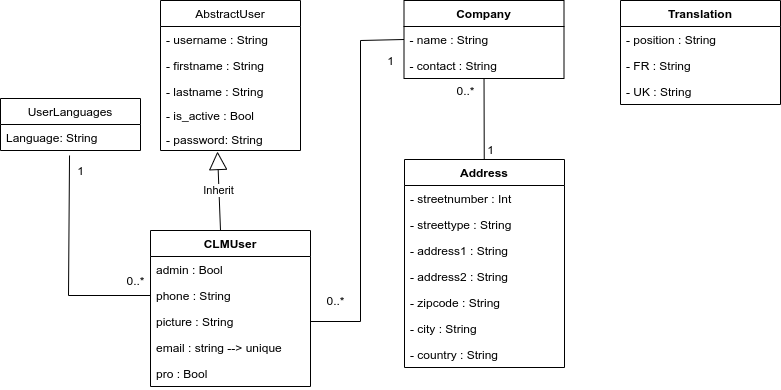
The draw.io diagram Livrables/Diagramm Class.png in jmlm74/P13-CheckListMgr, before a commit. Source tidied: cells renumbered, new cells last; positions are measured from the earlier drawing's top-left corner, leaving out a move shared by most shapes.
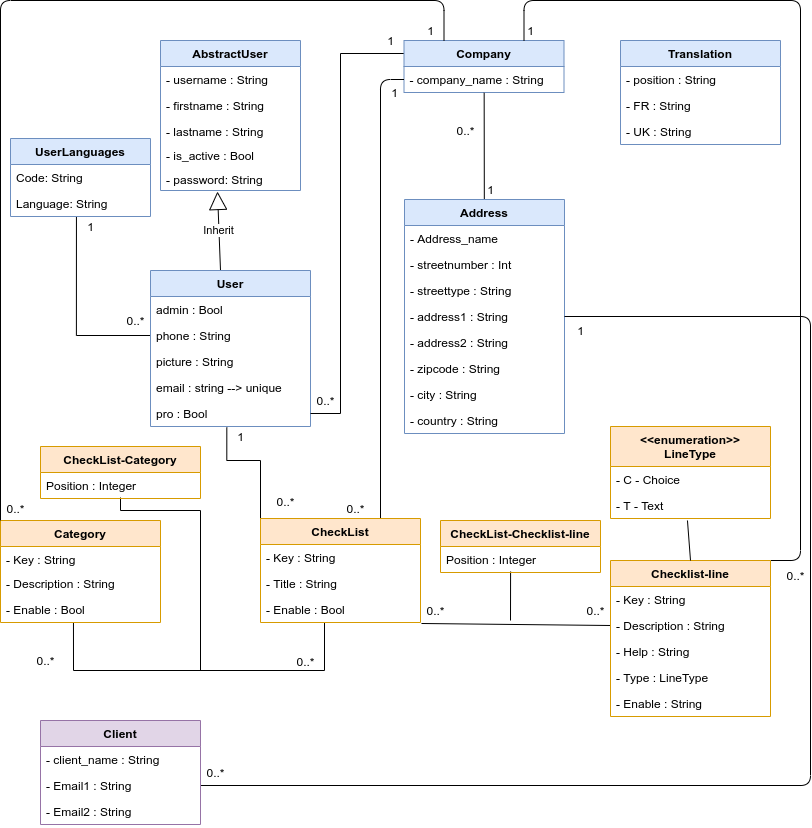
The same file after the commit.

Diff of the diagram source:
```diff
@@ -9,3 +9,3 @@
     </mxCell>
-    <mxCell id="3" value="AbstractUser" style="swimlane;fontStyle=0;horizontal=1;startSize=26;fillColor=none;" parent="1" vertex="1">
+    <mxCell id="3" value="AbstractUser" style="swimlane;fontStyle=1;horizontal=1;startSize=26;fillColor=#dae8fc;strokeColor=#6c8ebf;" parent="1" vertex="1">
       <mxGeometry x="160" width="140" height="150" as="geometry" />
@@ -27,12 +27,6 @@
     </mxCell>
-    <mxCell id="9" value="UserLanguages" style="swimlane;fontStyle=0;horizontal=1;startSize=26;fillColor=none;" parent="1" vertex="1">
-      <mxGeometry y="98" width="140" height="52" as="geometry" />
-    </mxCell>
-    <mxCell id="10" value="Language: String" style="text;strokeColor=none;fillColor=none;align=left;verticalAlign=top;spacingLeft=4;spacingRight=4;overflow=hidden;points=[[0,0.5],[1,0.5]];portConstraint=eastwest;" parent="9" vertex="1">
-      <mxGeometry y="26" width="140" height="26" as="geometry" />
-    </mxCell>
-    <mxCell id="11" style="endArrow=none;html=1;exitX=0;exitY=0.5;exitDx=0;exitDy=0;entryX=0.493;entryY=1.192;entryDx=0;entryDy=0;entryPerimeter=0;edgeStyle=orthogonalEdgeStyle;rounded=0;" parent="1" edge="1" source="16" target="10">
+    <mxCell id="11" style="endArrow=none;html=1;exitX=0;exitY=0.5;exitDx=0;exitDy=0;edgeStyle=orthogonalEdgeStyle;rounded=0;entryX=0.471;entryY=1;entryDx=0;entryDy=0;entryPerimeter=0;" parent="1" edge="1" source="16" target="10">
       <mxGeometry relative="1" as="geometry">
         <Array as="points">
-          <mxPoint x="68" y="295" />
+          <mxPoint x="76" y="295" />
         </Array>
@@ -44,5 +38,5 @@
     <mxCell id="13" value="1" style="text;html=1;align=center;verticalAlign=middle;" parent="1" vertex="1">
-      <mxGeometry x="70" y="160" width="20" height="20" as="geometry" />
+      <mxGeometry x="80" y="176" width="20" height="20" as="geometry" />
     </mxCell>
-    <mxCell id="14" value="CLMUser" style="swimlane;fontStyle=1;align=center;verticalAlign=top;horizontal=1;startSize=26;" parent="1" vertex="1">
+    <mxCell id="14" value="User" style="swimlane;fontStyle=1;align=center;verticalAlign=top;horizontal=1;startSize=26;fillColor=#dae8fc;strokeColor=#6c8ebf;" parent="1" vertex="1">
       <mxGeometry x="150" y="230" width="160" height="156" as="geometry" />
@@ -64,7 +58,7 @@
     </mxCell>
-    <mxCell id="20" style="endArrow=none;html=1;exitX=1;exitY=0.5;exitDx=0;exitDy=0;entryX=0;entryY=0.5;entryDx=0;entryDy=0;edgeStyle=orthogonalEdgeStyle;rounded=0;" parent="1" edge="1" source="19" target="24">
+    <mxCell id="20" style="endArrow=none;html=1;exitX=1;exitY=0.5;exitDx=0;exitDy=0;entryX=0;entryY=0.25;entryDx=0;entryDy=0;edgeStyle=orthogonalEdgeStyle;rounded=0;" parent="1" edge="1" source="19" target="23">
       <mxGeometry relative="1" as="geometry">
         <Array as="points">
-          <mxPoint x="360" y="321" />
-          <mxPoint x="360" y="40" />
+          <mxPoint x="340" y="373" />
+          <mxPoint x="340" y="13" />
         </Array>
@@ -73,17 +67,14 @@
     <mxCell id="21" value="0..*" style="text;html=1;align=center;verticalAlign=middle;" parent="1" vertex="1">
-      <mxGeometry x="320" y="290" width="30" height="20" as="geometry" />
+      <mxGeometry x="310" y="350" width="30" height="20" as="geometry" />
     </mxCell>
     <mxCell id="22" value="1" style="text;html=1;align=center;verticalAlign=middle;" parent="1" vertex="1">
-      <mxGeometry x="380" y="50" width="20" height="20" as="geometry" />
+      <mxGeometry x="380" y="-10" width="20" height="20" as="geometry" />
     </mxCell>
-    <mxCell id="23" value="Company" style="swimlane;fontStyle=1;align=center;verticalAlign=top;horizontal=1;startSize=26;" parent="1" vertex="1">
-      <mxGeometry x="403.5" width="160" height="78" as="geometry" />
+    <mxCell id="23" value="Company" style="swimlane;fontStyle=1;align=center;verticalAlign=top;horizontal=1;startSize=26;fillColor=#dae8fc;strokeColor=#6c8ebf;" parent="1" vertex="1">
+      <mxGeometry x="403.5" width="160" height="52" as="geometry" />
     </mxCell>
-    <mxCell id="24" value="- name : String&#10;" style="text;strokeColor=none;fillColor=none;align=left;verticalAlign=top;spacingLeft=4;spacingRight=4;overflow=hidden;points=[[0,0.5],[1,0.5]];portConstraint=eastwest;" parent="23" vertex="1">
+    <mxCell id="24" value="- company_name : String&#10;" style="text;strokeColor=none;fillColor=none;align=left;verticalAlign=top;spacingLeft=4;spacingRight=4;overflow=hidden;points=[[0,0.5],[1,0.5]];portConstraint=eastwest;" parent="23" vertex="1">
       <mxGeometry y="26" width="160" height="26" as="geometry" />
     </mxCell>
-    <mxCell id="25" value="- contact : String" style="text;strokeColor=none;fillColor=none;align=left;verticalAlign=top;spacingLeft=4;spacingRight=4;overflow=hidden;points=[[0,0.5],[1,0.5]];portConstraint=eastwest;" parent="23" vertex="1">
-      <mxGeometry y="52" width="160" height="26" as="geometry" />
-    </mxCell>
-    <mxCell id="26" style="endArrow=none;html=1;" parent="1" edge="1" source="29" target="25">
+    <mxCell id="26" style="endArrow=none;html=1;entryX=0.501;entryY=1.013;entryDx=0;entryDy=0;entryPerimeter=0;" parent="1" edge="1" source="29" target="24">
       <mxGeometry relative="1" as="geometry" />
@@ -96,27 +87,30 @@
     </mxCell>
-    <mxCell id="29" value="Address" style="swimlane;fontStyle=1;align=center;verticalAlign=top;horizontal=1;startSize=26;" parent="1" vertex="1">
-      <mxGeometry x="404" y="159" width="160" height="208" as="geometry" />
+    <mxCell id="29" value="Address" style="swimlane;fontStyle=1;align=center;verticalAlign=top;horizontal=1;startSize=26;fillColor=#dae8fc;strokeColor=#6c8ebf;" parent="1" vertex="1">
+      <mxGeometry x="404" y="159" width="160" height="234" as="geometry" />
     </mxCell>
+    <mxCell id="41" value="- Address_name" style="text;strokeColor=none;fillColor=none;align=left;verticalAlign=top;spacingLeft=4;spacingRight=4;overflow=hidden;" parent="29" vertex="1">
+      <mxGeometry y="26" width="160" height="26" as="geometry" />
+    </mxCell>
     <mxCell id="30" value="- streetnumber : Int&#10;" style="text;strokeColor=none;fillColor=none;align=left;verticalAlign=top;spacingLeft=4;spacingRight=4;overflow=hidden;" parent="29" vertex="1">
-      <mxGeometry y="26" width="160" height="26" as="geometry" />
+      <mxGeometry y="52" width="160" height="26" as="geometry" />
     </mxCell>
     <mxCell id="31" value="- streettype : String" style="text;strokeColor=none;fillColor=none;align=left;verticalAlign=top;spacingLeft=4;spacingRight=4;overflow=hidden;" parent="29" vertex="1">
-      <mxGeometry y="52" width="160" height="26" as="geometry" />
+      <mxGeometry y="78" width="160" height="26" as="geometry" />
     </mxCell>
     <mxCell id="32" value="- address1 : String&#10;" style="text;strokeColor=none;fillColor=none;align=left;verticalAlign=top;spacingLeft=4;spacingRight=4;overflow=hidden;points=[[0,0.5],[1,0.5]];portConstraint=eastwest;" parent="29" vertex="1">
-      <mxGeometry y="78" width="160" height="26" as="geometry" />
+      <mxGeometry y="104" width="160" height="26" as="geometry" />
     </mxCell>
     <mxCell id="33" value="- address2 : String&#10;" style="text;strokeColor=none;fillColor=none;align=left;verticalAlign=top;spacingLeft=4;spacingRight=4;overflow=hidden;" parent="29" vertex="1">
-      <mxGeometry y="104" width="160" height="26" as="geometry" />
+      <mxGeometry y="130" width="160" height="26" as="geometry" />
     </mxCell>
     <mxCell id="34" value="- zipcode : String&#10;" style="text;strokeColor=none;fillColor=none;align=left;verticalAlign=top;spacingLeft=4;spacingRight=4;overflow=hidden;" parent="29" vertex="1">
-      <mxGeometry y="130" width="160" height="26" as="geometry" />
+      <mxGeometry y="156" width="160" height="26" as="geometry" />
     </mxCell>
     <mxCell id="35" value="- city : String&#10;" style="text;strokeColor=none;fillColor=none;align=left;verticalAlign=top;spacingLeft=4;spacingRight=4;overflow=hidden;" parent="29" vertex="1">
-      <mxGeometry y="156" width="160" height="26" as="geometry" />
+      <mxGeometry y="182" width="160" height="26" as="geometry" />
     </mxCell>
     <mxCell id="36" value="- country : String&#10;" style="text;strokeColor=none;fillColor=none;align=left;verticalAlign=top;spacingLeft=4;spacingRight=4;overflow=hidden;" parent="29" vertex="1">
-      <mxGeometry y="182" width="160" height="26" as="geometry" />
+      <mxGeometry y="208" width="160" height="26" as="geometry" />
     </mxCell>
-    <mxCell id="37" value="Translation" style="swimlane;fontStyle=1;align=center;verticalAlign=top;horizontal=1;startSize=26;" parent="1" vertex="1">
+    <mxCell id="37" value="Translation" style="swimlane;fontStyle=1;align=center;verticalAlign=top;horizontal=1;startSize=26;fillColor=#dae8fc;strokeColor=#6c8ebf;" parent="1" vertex="1">
       <mxGeometry x="620" width="160" height="104" as="geometry" />
@@ -132,2 +126,196 @@
     </mxCell>
+    <mxCell id="42" style="endArrow=none;html=1;entryX=1;entryY=0.5;entryDx=0;entryDy=0;exitX=1;exitY=0.5;exitDx=0;exitDy=0;edgeStyle=orthogonalEdgeStyle;" parent="1" edge="1" source="32" target="91">
+      <mxGeometry relative="1" as="geometry">
+        <Array as="points">
+          <mxPoint x="810" y="276" />
+          <mxPoint x="810" y="745" />
+        </Array>
+      </mxGeometry>
+    </mxCell>
+    <mxCell id="43" value="0..*" style="text;html=1;align=center;verticalAlign=middle;" parent="1" vertex="1">
+      <mxGeometry x="200" y="722" width="30" height="20" as="geometry" />
+    </mxCell>
+    <mxCell id="44" value="1" style="text;html=1;align=center;verticalAlign=middle;" parent="1" vertex="1">
+      <mxGeometry x="570" y="280" width="20" height="20" as="geometry" />
+    </mxCell>
+    <mxCell id="45" style="endArrow=none;html=1;exitX=0.477;exitY=1.038;exitDx=0;exitDy=0;exitPerimeter=0;entryX=0.5;entryY=0;entryDx=0;entryDy=0;edgeStyle=orthogonalEdgeStyle;rounded=0;" parent="1" edge="1" source="19" target="73">
+      <mxGeometry relative="1" as="geometry">
+        <Array as="points">
+          <mxPoint x="226" y="420" />
+          <mxPoint x="260" y="420" />
+        </Array>
+      </mxGeometry>
+    </mxCell>
+    <mxCell id="46" value="0..*" style="text;html=1;align=center;verticalAlign=middle;" parent="1" vertex="1">
+      <mxGeometry x="270" y="451" width="30" height="20" as="geometry" />
+    </mxCell>
+    <mxCell id="47" value="1" style="text;html=1;align=center;verticalAlign=middle;" parent="1" vertex="1">
+      <mxGeometry x="230" y="386" width="20" height="20" as="geometry" />
+    </mxCell>
+    <mxCell id="48" style="endArrow=none;html=1;entryX=0;entryY=0.5;entryDx=0;entryDy=0;exitX=1.006;exitY=1.038;exitDx=0;exitDy=0;exitPerimeter=0;" parent="1" edge="1" source="76" target="79">
+      <mxGeometry relative="1" as="geometry" />
+    </mxCell>
+    <mxCell id="49" style="endArrow=none;html=1;exitX=0.463;exitY=1;exitDx=0;exitDy=0;exitPerimeter=0;edgeStyle=orthogonalEdgeStyle;entryX=0.456;entryY=1;entryDx=0;entryDy=0;entryPerimeter=0;rounded=0;" parent="1" edge="1" source="76" target="57">
+      <mxGeometry relative="1" as="geometry">
+        <Array as="points">
+          <mxPoint x="324" y="630" />
+          <mxPoint x="73" y="630" />
+        </Array>
+      </mxGeometry>
+    </mxCell>
+    <mxCell id="50" style="endArrow=none;html=1;exitX=0.5;exitY=0.962;exitDx=0;exitDy=0;exitPerimeter=0;edgeStyle=orthogonalEdgeStyle;rounded=0;" parent="1" edge="1" source="59">
+      <mxGeometry relative="1" as="geometry">
+        <mxPoint x="200" y="630" as="targetPoint" />
+        <Array as="points">
+          <mxPoint x="120" y="470" />
+          <mxPoint x="200" y="470" />
+          <mxPoint x="200" y="630" />
+        </Array>
+      </mxGeometry>
+    </mxCell>
+    <mxCell id="51" style="endArrow=none;html=1;entryX=0.438;entryY=0.962;entryDx=0;entryDy=0;entryPerimeter=0;" parent="1" edge="1" target="84">
+      <mxGeometry relative="1" as="geometry">
+        <mxPoint x="510" y="580" as="sourcePoint" />
+      </mxGeometry>
+    </mxCell>
+    <mxCell id="52" value="0..*" style="text;html=1;align=center;verticalAlign=middle;" parent="1" vertex="1">
+      <mxGeometry x="340" y="490" width="30" height="20" as="geometry" />
+    </mxCell>
+    <mxCell id="53" value="0..*" style="text;html=1;align=center;verticalAlign=middle;" parent="1" vertex="1">
+      <mxGeometry x="30" y="610" width="30" height="20" as="geometry" />
+    </mxCell>
+    <mxCell id="54" value="Category" style="swimlane;fontStyle=1;align=center;verticalAlign=top;horizontal=1;startSize=26;fillColor=#ffe6cc;strokeColor=#d79b00;" parent="1" vertex="1">
+      <mxGeometry y="480" width="160" height="102" as="geometry" />
+    </mxCell>
+    <mxCell id="55" value="- Key : String" style="text;strokeColor=none;fillColor=none;align=left;verticalAlign=top;spacingLeft=4;spacingRight=4;overflow=hidden;" parent="54" vertex="1">
+      <mxGeometry y="26" width="160" height="24" as="geometry" />
+    </mxCell>
+    <mxCell id="56" value="- Description : String" style="text;strokeColor=none;fillColor=none;align=left;verticalAlign=top;spacingLeft=4;spacingRight=4;overflow=hidden;" parent="54" vertex="1">
+      <mxGeometry y="50" width="160" height="26" as="geometry" />
+    </mxCell>
+    <mxCell id="57" value="- Enable : Bool" style="text;strokeColor=none;fillColor=none;align=left;verticalAlign=top;spacingLeft=4;spacingRight=4;overflow=hidden;points=[[0,0.5],[1,0.5]];portConstraint=eastwest;" parent="54" vertex="1">
+      <mxGeometry y="76" width="160" height="26" as="geometry" />
+    </mxCell>
+    <mxCell id="58" value="CheckList-Category" style="swimlane;fontStyle=1;align=center;verticalAlign=top;horizontal=1;startSize=26;fillColor=#ffe6cc;strokeColor=#d79b00;" parent="1" vertex="1">
+      <mxGeometry x="40" y="406" width="160" height="52" as="geometry" />
+    </mxCell>
+    <mxCell id="59" value="Position : Integer" style="text;strokeColor=none;fillColor=none;align=left;verticalAlign=top;spacingLeft=4;spacingRight=4;overflow=hidden;points=[[0,0.5],[1,0.5]];portConstraint=eastwest;" parent="58" vertex="1">
+      <mxGeometry y="26" width="160" height="26" as="geometry" />
+    </mxCell>
+    <mxCell id="60" value="0..*" style="text;html=1;align=center;verticalAlign=middle;" parent="1" vertex="1">
+      <mxGeometry x="420" y="560" width="30" height="20" as="geometry" />
+    </mxCell>
+    <mxCell id="61" value="0..*" style="text;html=1;align=center;verticalAlign=middle;" parent="1" vertex="1">
+      <mxGeometry x="580" y="560" width="30" height="20" as="geometry" />
+    </mxCell>
+    <mxCell id="62" value="0..*" style="text;html=1;align=center;verticalAlign=middle;" parent="1" vertex="1">
+      <mxGeometry x="290" y="611" width="30" height="20" as="geometry" />
+    </mxCell>
+    <mxCell id="63" style="endArrow=none;html=1;entryX=0.25;entryY=0;entryDx=0;entryDy=0;exitX=0;exitY=0;exitDx=0;exitDy=0;edgeStyle=orthogonalEdgeStyle;" parent="1" edge="1" source="54" target="23">
+      <mxGeometry relative="1" as="geometry">
+        <Array as="points">
+          <mxPoint y="-40" />
+          <mxPoint x="444" y="-40" />
+        </Array>
+      </mxGeometry>
+    </mxCell>
+    <mxCell id="9" value="UserLanguages" style="swimlane;fontStyle=1;horizontal=1;startSize=26;fillColor=#dae8fc;strokeColor=#6c8ebf;" parent="1" vertex="1">
+      <mxGeometry x="10" y="98" width="140" height="78" as="geometry" />
+    </mxCell>
+    <mxCell id="64" value="Code: String" style="text;strokeColor=none;fillColor=none;align=left;verticalAlign=top;spacingLeft=4;spacingRight=4;overflow=hidden;" parent="9" vertex="1">
+      <mxGeometry y="26" width="140" height="26" as="geometry" />
+    </mxCell>
+    <mxCell id="10" value="Language: String" style="text;strokeColor=none;fillColor=none;align=left;verticalAlign=top;spacingLeft=4;spacingRight=4;overflow=hidden;points=[[0,0.5],[1,0.5]];portConstraint=eastwest;" parent="9" vertex="1">
+      <mxGeometry y="52" width="140" height="26" as="geometry" />
+    </mxCell>
+    <mxCell id="65" value="0..*" style="text;html=1;align=center;verticalAlign=middle;" parent="1" vertex="1">
+      <mxGeometry y="458" width="30" height="20" as="geometry" />
+    </mxCell>
+    <mxCell id="66" value="1" style="text;html=1;align=center;verticalAlign=middle;" parent="1" vertex="1">
+      <mxGeometry x="420" y="-20" width="20" height="20" as="geometry" />
+    </mxCell>
+    <mxCell id="67" style="endArrow=none;html=1;entryX=0.75;entryY=0;entryDx=0;entryDy=0;exitX=1;exitY=0;exitDx=0;exitDy=0;edgeStyle=orthogonalEdgeStyle;" parent="1" edge="1" source="77" target="23">
+      <mxGeometry relative="1" as="geometry">
+        <Array as="points">
+          <mxPoint x="800" y="520" />
+          <mxPoint x="800" y="-40" />
+          <mxPoint x="524" y="-40" />
+        </Array>
+      </mxGeometry>
+    </mxCell>
+    <mxCell id="68" value="0..*" style="text;html=1;align=center;verticalAlign=middle;" parent="1" vertex="1">
+      <mxGeometry x="780" y="525" width="30" height="20" as="geometry" />
+    </mxCell>
+    <mxCell id="69" value="1" style="text;html=1;align=center;verticalAlign=middle;" parent="1" vertex="1">
+      <mxGeometry x="520" y="-20" width="20" height="20" as="geometry" />
+    </mxCell>
+    <mxCell id="70" style="endArrow=none;html=1;entryX=0;entryY=0.5;entryDx=0;entryDy=0;exitX=0.75;exitY=0;exitDx=0;exitDy=0;edgeStyle=orthogonalEdgeStyle;" parent="1" edge="1" source="73" target="24">
+      <mxGeometry relative="1" as="geometry" />
+    </mxCell>
+    <mxCell id="71" value="0..*" style="text;html=1;align=center;verticalAlign=middle;" parent="1" vertex="1">
+      <mxGeometry x="340" y="458" width="30" height="20" as="geometry" />
+    </mxCell>
+    <mxCell id="72" value="1" style="text;html=1;align=center;verticalAlign=middle;" parent="1" vertex="1">
+      <mxGeometry x="384" y="42" width="20" height="20" as="geometry" />
+    </mxCell>
+    <mxCell id="73" value="CheckList&#10;" style="swimlane;fontStyle=1;align=center;verticalAlign=top;horizontal=1;startSize=26;fillColor=#ffe6cc;strokeColor=#d79b00;" parent="1" vertex="1">
+      <mxGeometry x="260" y="478" width="160" height="104" as="geometry" />
+    </mxCell>
+    <mxCell id="74" value="- Key : String" style="text;strokeColor=none;fillColor=none;align=left;verticalAlign=top;spacingLeft=4;spacingRight=4;overflow=hidden;" parent="73" vertex="1">
+      <mxGeometry y="26" width="160" height="26" as="geometry" />
+    </mxCell>
+    <mxCell id="75" value="- Title : String" style="text;strokeColor=none;fillColor=none;align=left;verticalAlign=top;spacingLeft=4;spacingRight=4;overflow=hidden;" parent="73" vertex="1">
+      <mxGeometry y="52" width="160" height="26" as="geometry" />
+    </mxCell>
+    <mxCell id="76" value="- Enable : Bool" style="text;strokeColor=none;fillColor=none;align=left;verticalAlign=top;spacingLeft=4;spacingRight=4;overflow=hidden;points=[[0,0.5],[1,0.5]];portConstraint=eastwest;" parent="73" vertex="1">
+      <mxGeometry y="78" width="160" height="26" as="geometry" />
+    </mxCell>
+    <mxCell id="77" value="Checklist-line" style="swimlane;fontStyle=1;align=center;verticalAlign=top;horizontal=1;startSize=26;fillColor=#ffe6cc;strokeColor=#d79b00;" parent="1" vertex="1">
+      <mxGeometry x="610" y="520" width="160" height="156" as="geometry" />
+    </mxCell>
+    <mxCell id="78" value="- Key : String" style="text;strokeColor=none;fillColor=none;align=left;verticalAlign=top;spacingLeft=4;spacingRight=4;overflow=hidden;" parent="77" vertex="1">
+      <mxGeometry y="26" width="160" height="26" as="geometry" />
+    </mxCell>
+    <mxCell id="79" value="- Description : String" style="text;strokeColor=none;fillColor=none;align=left;verticalAlign=top;spacingLeft=4;spacingRight=4;overflow=hidden;points=[[0,0.5],[1,0.5]];portConstraint=eastwest;" parent="77" vertex="1">
+      <mxGeometry y="52" width="160" height="26" as="geometry" />
+    </mxCell>
+    <mxCell id="80" value="- Help : String" style="text;strokeColor=none;fillColor=none;align=left;verticalAlign=top;spacingLeft=4;spacingRight=4;overflow=hidden;" parent="77" vertex="1">
+      <mxGeometry y="78" width="160" height="26" as="geometry" />
+    </mxCell>
+    <mxCell id="81" value="- Type : LineType" style="text;strokeColor=none;fillColor=none;align=left;verticalAlign=top;spacingLeft=4;spacingRight=4;overflow=hidden;" parent="77" vertex="1">
+      <mxGeometry y="104" width="160" height="26" as="geometry" />
+    </mxCell>
+    <mxCell id="82" value="- Enable : String" style="text;strokeColor=none;fillColor=none;align=left;verticalAlign=top;spacingLeft=4;spacingRight=4;overflow=hidden;" parent="77" vertex="1">
+      <mxGeometry y="130" width="160" height="26" as="geometry" />
+    </mxCell>
+    <mxCell id="83" value="CheckList-Checklist-line" style="swimlane;fontStyle=1;align=center;verticalAlign=top;horizontal=1;startSize=26;fillColor=#ffe6cc;strokeColor=#d79b00;" parent="1" vertex="1">
+      <mxGeometry x="440" y="480" width="160" height="52" as="geometry" />
+    </mxCell>
+    <mxCell id="84" value="Position : Integer" style="text;strokeColor=none;fillColor=none;align=left;verticalAlign=top;spacingLeft=4;spacingRight=4;overflow=hidden;points=[[0,0.5],[1,0.5]];portConstraint=eastwest;" parent="83" vertex="1">
+      <mxGeometry y="26" width="160" height="26" as="geometry" />
+    </mxCell>
+    <mxCell id="85" style="endArrow=none;html=1;exitX=0.5;exitY=0;exitDx=0;exitDy=0;entryX=0.481;entryY=1.077;entryDx=0;entryDy=0;entryPerimeter=0;" parent="1" edge="1" source="77" target="88">
+      <mxGeometry relative="1" as="geometry" />
+    </mxCell>
+    <mxCell id="86" value="&lt;&lt;enumeration&gt;&gt;&#10;LineType&#10;" style="swimlane;fontStyle=1;align=center;verticalAlign=top;horizontal=1;startSize=40;fillColor=#ffe6cc;strokeColor=#d79b00;" parent="1" vertex="1">
+      <mxGeometry x="610" y="386" width="160" height="92" as="geometry" />
+    </mxCell>
+    <mxCell id="87" value="- C - Choice" style="text;strokeColor=none;fillColor=none;align=left;verticalAlign=top;spacingLeft=4;spacingRight=4;overflow=hidden;" parent="86" vertex="1">
+      <mxGeometry y="40" width="160" height="26" as="geometry" />
+    </mxCell>
+    <mxCell id="88" value="- T - Text" style="text;strokeColor=none;fillColor=none;align=left;verticalAlign=top;spacingLeft=4;spacingRight=4;overflow=hidden;points=[[0,0.5],[1,0.5]];portConstraint=eastwest;" parent="86" vertex="1">
+      <mxGeometry y="66" width="160" height="26" as="geometry" />
+    </mxCell>
+    <mxCell id="89" value="Client" style="swimlane;fontStyle=1;align=center;verticalAlign=top;horizontal=1;startSize=26;fillColor=#e1d5e7;strokeColor=#9673a6;" parent="1" vertex="1">
+      <mxGeometry x="40" y="680" width="160" height="104" as="geometry" />
+    </mxCell>
+    <mxCell id="90" value="- client_name : String" style="text;strokeColor=none;fillColor=none;align=left;verticalAlign=top;spacingLeft=4;spacingRight=4;overflow=hidden;" parent="89" vertex="1">
+      <mxGeometry y="26" width="160" height="26" as="geometry" />
+    </mxCell>
+    <mxCell id="91" value="- Email1 : String" style="text;strokeColor=none;fillColor=none;align=left;verticalAlign=top;spacingLeft=4;spacingRight=4;overflow=hidden;points=[[0,0.5],[1,0.5]];portConstraint=eastwest;" parent="89" vertex="1">
+      <mxGeometry y="52" width="160" height="26" as="geometry" />
+    </mxCell>
+    <mxCell id="92" value="- Email2 : String" style="text;strokeColor=none;fillColor=none;align=left;verticalAlign=top;spacingLeft=4;spacingRight=4;overflow=hidden;" parent="89" vertex="1">
+      <mxGeometry y="78" width="160" height="26" as="geometry" />
+    </mxCell>
   </root>
```
